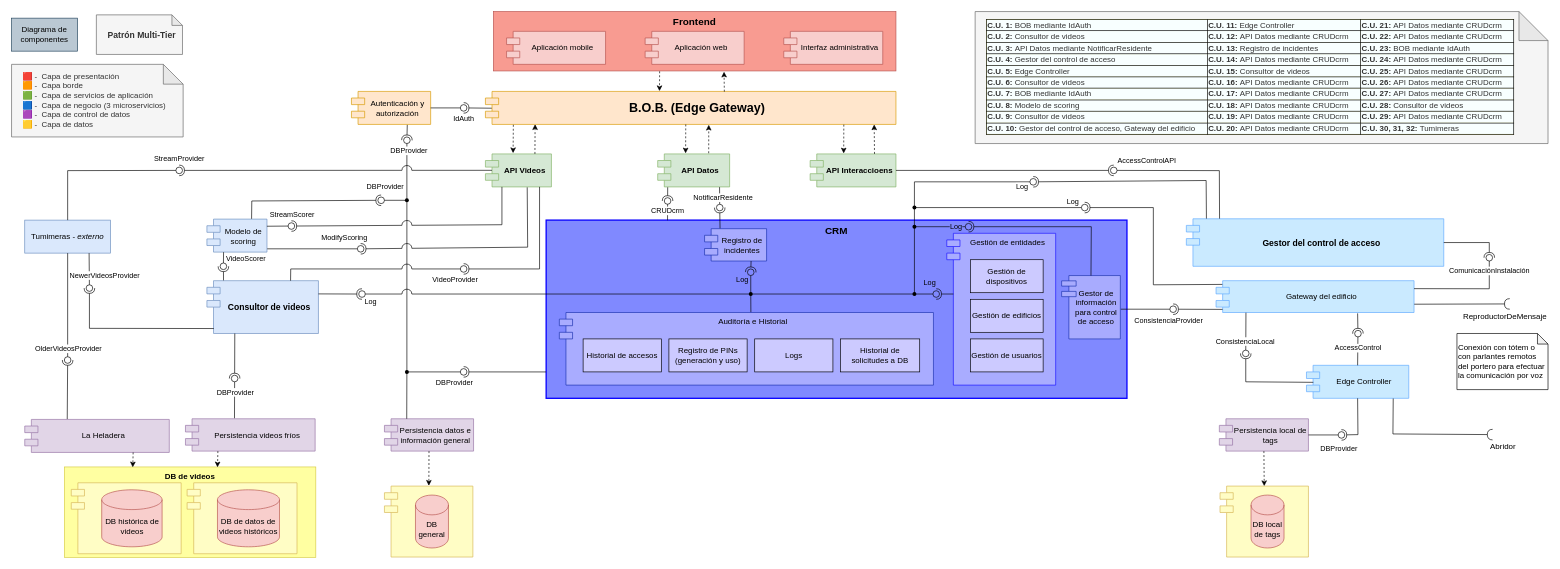
Earlier version of the draw.io diagram Documentación de la arquitectura/Diagramas/Editables-drawio/Diagrama-de-componentes.drawio (LIMoreno04/Caso-de-estudio---WolfSys---Arquitectura). Source tidied: cells renumbered, new cells numbered last; positions are measured from the earlier drawing's top-left corner, leaving out a move shared by most shapes. Both pictures are drawn from the tidied source at 66%, with x=0, y=0 at pixel (11, 11).
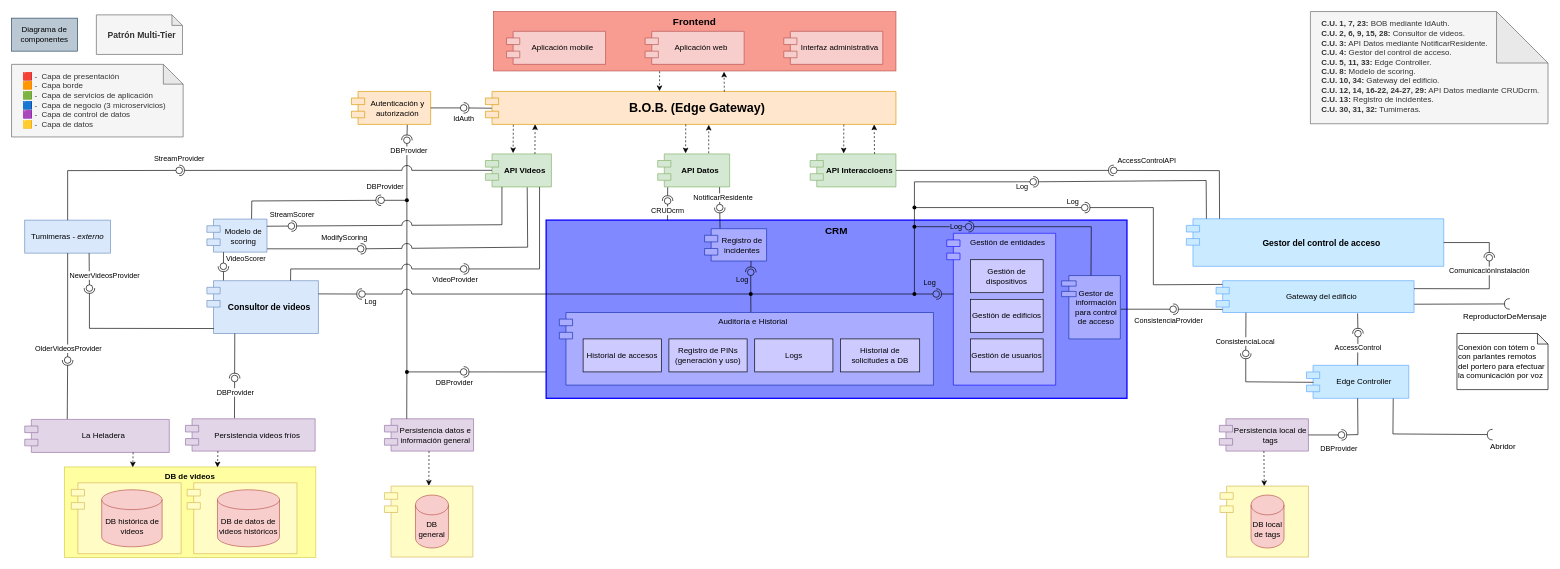
The same page after the edit.

Commit message (it also covers changes not shown here):
simplificada la tabla de c.u.s en diagrama de componentes.

What changed in the source:
```diff
@@
-    <mxCell id="114" value="&lt;table style=&quot;border: 1px solid rgb(0, 0, 0); border-collapse: collapse; background-color: rgb(255, 255, 153);&quot; border=&quot;1&quot;&gt;&lt;tbody&gt;&lt;tr&gt;&lt;td style=&quot;border-collapse: collapse; border-color: rgb(0, 0, 0); background-color: light-dark(rgb(248, 255, 255), rgb(31, 31, 0));&quot; border=&quot;1&quot;&gt;&lt;span style=&quot;&quot;&gt;&lt;b style=&quot;&quot;&gt;C.U. 1&lt;span style=&quot;&quot;&gt;:&lt;/span&gt;&lt;/b&gt;&lt;span style=&quot;&quot;&gt;&amp;nbsp;BOB mediante IdAuth&lt;/span&gt;&lt;/span&gt;&lt;/td&gt;&lt;td style=&quot;background-color: light-dark(rgb(248, 255, 255), rgb(31, 31, 0));&quot;&gt;&lt;span style=&quot;&quot;&gt;&lt;b style=&quot;&quot;&gt;C.U. 11:&lt;/b&gt;&lt;span&gt;&amp;nbsp;Edge Controller&lt;/span&gt;&lt;/span&gt;&lt;/td&gt;&lt;td style=&quot;background-color: light-dark(rgb(248, 255, 255), rgb(31, 31, 0));&quot;&gt;&lt;span style=&quot;&quot;&gt;&lt;span&gt;&lt;b style=&quot;&quot;&gt;C.U&lt;span style=&quot;&quot;&gt;. 21:&amp;nbsp;&lt;/span&gt;&lt;/b&gt;&lt;span&gt;API Datos mediante CRUDc&lt;/span&gt;&lt;span style=&quot;&quot;&gt;r&lt;/span&gt;m&amp;nbsp; &lt;/span&gt;&amp;nbsp; &amp;nbsp;&lt;/span&gt;&lt;/td&gt;&lt;/tr&gt;&lt;tr&gt;&lt;td style=&quot;background-color: light-dark(rgb(248, 255, 255), rgb(31, 31, 0));&quot;&gt;&lt;span style=&quot;&quot;&gt;&lt;b&gt;C.U. 2:&lt;/b&gt;&amp;nbsp;Consultor de videos&lt;/span&gt;&lt;/td&gt;&lt;td style=&quot;background-color: light-dark(rgb(248, 255, 255), rgb(31, 31, 0));&quot;&gt;&lt;span style=&quot;&quot;&gt;&lt;b&gt;C.U. 12:&lt;/b&gt;&lt;span&gt;&amp;nbsp;&lt;/span&gt;&lt;span&gt;API Datos mediante CRUDcrm&amp;nbsp; &amp;nbsp; &amp;nbsp;&lt;/span&gt;&lt;/span&gt;&lt;/td&gt;&lt;td style=&quot;background-color: light-dark(rgb(248, 255, 255), rgb(31, 31, 0));&quot;&gt;&lt;span style=&quot;&quot;&gt;&lt;b style=&quot;&quot;&gt;C.U. 22:&lt;/b&gt;&amp;nbsp;&lt;span&gt;API Datos mediante CRUDcrm&lt;/span&gt;&lt;/span&gt;&lt;/td&gt;&lt;/tr&gt;&lt;tr&gt;&lt;td style=&quot;background-color: light-dark(rgb(248, 255, 255), rgb(31, 31, 0));&quot;&gt;&lt;span style=&quot;&quot;&gt;&lt;b&gt;C.U. 3:&lt;/b&gt;&amp;nbsp;API Datos mediante &lt;span&gt;NotificarResidente&lt;/span&gt;&lt;/span&gt;&lt;/td&gt;&lt;td style=&quot;background-color: light-dark(rgb(248, 255, 255), rgb(31, 31, 0));&quot;&gt;&lt;span style=&quot;&quot;&gt;&lt;b&gt;C.U. 13:&lt;/b&gt;&lt;span&gt;&amp;nbsp;Registro de incidentes&lt;/span&gt;&lt;/span&gt;&lt;/td&gt;&lt;td style=&quot;background-color: light-dark(rgb(248, 255, 255), rgb(31, 31, 0));&quot;&gt;&lt;span style=&quot;&quot;&gt;&lt;b style=&quot;&quot;&gt;C.U. 23:&lt;/b&gt;&amp;nbsp;&lt;span&gt;BOB mediante IdAuth&lt;/span&gt;&lt;/span&gt;&lt;/td&gt;&lt;/tr&gt;&lt;tr&gt;&lt;td style=&quot;background-color: light-dark(rgb(248, 255, 255), rgb(31, 31, 0));&quot;&gt;&lt;span style=&quot;&quot;&gt;&lt;b&gt;C.U. 4:&lt;/b&gt;&amp;nbsp;Gestor del control de acceso&lt;/span&gt;&lt;/td&gt;&lt;td style=&quot;border-collapse: collapse; background-color: light-dark(rgb(248, 255, 255), rgb(31, 31, 0));&quot; border=&quot;1&quot;&gt;&lt;span style=&quot;&quot;&gt;&lt;b&gt;C.U. 14:&lt;/b&gt;&lt;span&gt;&amp;nbsp;API Datos mediante CRUDcrm&lt;/span&gt;&lt;/span&gt;&lt;/td&gt;&lt;td style=&quot;background-color: light-dark(rgb(248, 255, 255), rgb(31, 31, 0));&quot;&gt;&lt;span style=&quot;&quot;&gt;&lt;b style=&quot;&quot;&gt;C.U. 24:&lt;/b&gt;&amp;nbsp;&lt;span&gt;API Datos mediante CRUDcrm&lt;/span&gt;&lt;/span&gt;&lt;/td&gt;&lt;/tr&gt;&lt;tr&gt;&lt;td style=&quot;background-color: light-dark(rgb(248, 255, 255), rgb(31, 31, 0));&quot;&gt;&lt;span style=&quot;&quot;&gt;&lt;b&gt;C.U. 5:&lt;/b&gt;&amp;nbsp;Edge Controller&lt;/span&gt;&lt;/td&gt;&lt;td style=&quot;background-color: light-dark(rgb(248, 255, 255), rgb(31, 31, 0));&quot;&gt;&lt;span style=&quot;&quot;&gt;&lt;b&gt;C.U. 15:&lt;/b&gt;&lt;span&gt;&amp;nbsp;Consultor de videos&lt;/span&gt;&lt;/span&gt;&lt;/td&gt;&lt;td style=&quot;background-color: light-dark(rgb(248, 255, 255), rgb(31, 31, 0));&quot;&gt;&lt;span style=&quot;&quot;&gt;&lt;b style=&quot;&quot;&gt;C.U. 25:&lt;/b&gt;&amp;nbsp;&lt;span&gt;API Datos mediante CRUDcrm&lt;/span&gt;&lt;/span&gt;&lt;/td&gt;&lt;/tr&gt;&lt;tr&gt;&lt;td style=&quot;background-color: light-dark(rgb(248, 255, 255), rgb(31, 31, 0));&quot;&gt;&lt;span style=&quot;&quot;&gt;&lt;b&gt;C.U. 6:&lt;/b&gt;&amp;nbsp;Consultor de videos&lt;/span&gt;&lt;/td&gt;&lt;td style=&quot;background-color: light-dark(rgb(248, 255, 255), rgb(31, 31, 0));&quot;&gt;&lt;span style=&quot;&quot;&gt;&lt;b&gt;C.U. 16:&lt;/b&gt;&lt;span&gt;&amp;nbsp;API Datos mediante CRUDcrm&lt;/span&gt;&lt;/span&gt;&lt;/td&gt;&lt;td style=&quot;background-color: light-dark(rgb(248, 255, 255), rgb(31, 31, 0));&quot;&gt;&lt;span style=&quot;&quot;&gt;&lt;b style=&quot;&quot;&gt;C.U. 26:&lt;/b&gt;&amp;nbsp;&lt;span&gt;API Datos mediante CRUDcrm&lt;/span&gt;&lt;/span&gt;&lt;/td&gt;&lt;/tr&gt;&lt;tr&gt;&lt;td style=&quot;background-color: light-dark(rgb(248, 255, 255), rgb(31, 31, 0));&quot;&gt;&lt;span style=&quot;&quot;&gt;&lt;b&gt;C.U. 7:&lt;/b&gt;&amp;nbsp;&lt;span&gt;BOB mediante IdAuth&lt;/span&gt;&lt;/span&gt;&lt;/td&gt;&lt;td style=&quot;background-color: light-dark(rgb(248, 255, 255), rgb(31, 31, 0));&quot;&gt;&lt;span style=&quot;&quot;&gt;&lt;b&gt;C.U. 17:&lt;/b&gt;&lt;span&gt;&amp;nbsp;API Datos mediante CRUDcrm&lt;/span&gt;&lt;/span&gt;&lt;/td&gt;&lt;td style=&quot;background-color: light-dark(rgb(248, 255, 255), rgb(31, 31, 0));&quot;&gt;&lt;span style=&quot;&quot;&gt;&lt;b style=&quot;&quot;&gt;C.U. 27:&lt;/b&gt;&amp;nbsp;&lt;span&gt;API Datos mediante CRUDcrm&lt;/span&gt;&lt;/span&gt;&lt;/td&gt;&lt;/tr&gt;&lt;tr&gt;&lt;td style=&quot;background-color: light-dark(rgb(248, 255, 255), rgb(31, 31, 0));&quot;&gt;&lt;span style=&quot;&quot;&gt;&lt;b&gt;C.U. 8:&lt;/b&gt;&amp;nbsp;Modelo de scoring&lt;/span&gt;&lt;/td&gt;&lt;td style=&quot;background-color: light-dark(rgb(248, 255, 255), rgb(31, 31, 0));&quot;&gt;&lt;span style=&quot;&quot;&gt;&lt;b&gt;C.U. 18:&lt;/b&gt;&lt;span&gt;&amp;nbsp;&lt;/span&gt;&lt;span&gt;API Datos mediante CRUDcrm&lt;/span&gt;&lt;/span&gt;&lt;/td&gt;&lt;td style=&quot;background-color: light-dark(rgb(248, 255, 255), rgb(31, 31, 0));&quot;&gt;&lt;span style=&quot;&quot;&gt;&lt;b style=&quot;&quot;&gt;C.U. 28:&lt;/b&gt;&amp;nbsp;Consultor de videos&lt;/span&gt;&lt;/td&gt;&lt;/tr&gt;&lt;tr&gt;&lt;td style=&quot;background-color: light-dark(rgb(248, 255, 255), rgb(31, 31, 0));&quot;&gt;&lt;span style=&quot;&quot;&gt;&lt;b&gt;C.U. 9:&lt;/b&gt;&amp;nbsp;Consultor de videos&lt;/span&gt;&lt;/td&gt;&lt;td style=&quot;background-color: light-dark(rgb(248, 255, 255), rgb(31, 31, 0));&quot;&gt;&lt;span style=&quot;&quot;&gt;&lt;b&gt;C.U. 19:&lt;/b&gt;&lt;span&gt;&amp;nbsp;&lt;/span&gt;&lt;span&gt;API Datos mediante CRUDcrm&lt;/span&gt;&lt;/span&gt;&lt;/td&gt;&lt;td style=&quot;background-color: light-dark(rgb(248, 255, 255), rgb(31, 31, 0));&quot;&gt;&lt;span style=&quot;&quot;&gt;&lt;b style=&quot;&quot;&gt;C.U. 29:&lt;/b&gt;&amp;nbsp;&lt;span&gt;API Datos mediante CRUDcrm&lt;/span&gt;&lt;/span&gt;&lt;/td&gt;&lt;/tr&gt;&lt;tr&gt;&lt;td style=&quot;background-color: light-dark(rgb(248, 255, 255), rgb(31, 31, 0));&quot;&gt;&lt;span style=&quot;&quot;&gt;&lt;b&gt;C.U. 10:&lt;/b&gt;&amp;nbsp;Gestor del control de acceso, Gateway del edificio&amp;nbsp; &amp;nbsp; &amp;nbsp;&lt;/span&gt;&lt;/td&gt;&lt;td style=&quot;background-color: light-dark(rgb(248, 255, 255), rgb(31, 31, 0));&quot;&gt;&lt;span style=&quot;&quot;&gt;&lt;b&gt;C.U. 20:&lt;/b&gt;&lt;span&gt;&amp;nbsp;&lt;/span&gt;&lt;span&gt;API Datos mediante CRUDcrm&lt;/span&gt;&lt;/span&gt;&lt;/td&gt;&lt;td style=&quot;background-color: light-dark(rgb(248, 255, 255), rgb(31, 31, 0));&quot;&gt;&lt;span style=&quot;&quot;&gt;&lt;b style=&quot;&quot;&gt;C.U. 30, 31, 32:&lt;/b&gt;&amp;nbsp;Tumimeras&lt;/span&gt;&lt;/td&gt;&lt;/tr&gt;&lt;/tbody&gt;&lt;/table&gt;" style="shape=note;whiteSpace=wrap;html=1;backgroundOutline=1;darkOpacity=0.05;align=left;verticalAlign=top;spacing=7;spacingLeft=10;fillColor=#f5f5f5;fontColor=#333333;strokeColor=#666666;size=44;" parent="1" vertex="1">
-      <mxGeometry x="1460" width="868" height="200" as="geometry" />
+    <mxCell id="114" value="&lt;div&gt;&lt;b&gt;C.U. 1, 7, 23:&lt;/b&gt; BOB mediante IdAuth.&lt;/div&gt;&lt;div&gt;&lt;b&gt;C.U. 2, 6, 9, 15, 28:&lt;/b&gt; Consultor de videos.&lt;/div&gt;&lt;div&gt;&lt;b&gt;C.U. 3:&lt;/b&gt; API Datos mediante NotificarResidente.&lt;/div&gt;&lt;div&gt;&lt;b&gt;C.U. 4:&lt;/b&gt; Gestor del control de acceso.&lt;/div&gt;&lt;div&gt;&lt;b&gt;C.U. 5, 11, 33:&lt;/b&gt; Edge Controller.&lt;/div&gt;&lt;div&gt;&lt;b&gt;C.U. 8:&lt;/b&gt; Modelo de scoring.&lt;/div&gt;&lt;div&gt;&lt;b&gt;C.U. 10, 34:&lt;/b&gt; Gateway del edificio.&lt;/div&gt;&lt;div&gt;&lt;b&gt;C.U. 12, 14, 16-22, 24-27, 29:&lt;/b&gt; API Datos mediante CRUDcrm.&lt;/div&gt;&lt;div&gt;&lt;b&gt;C.U. 13:&lt;/b&gt; Registro de incidentes.&lt;/div&gt;&lt;div&gt;&lt;b&gt;C.U. 30, 31, 32:&lt;/b&gt; Tumimeras.&lt;/div&gt;" style="shape=note;whiteSpace=wrap;html=1;backgroundOutline=1;darkOpacity=0.05;align=left;verticalAlign=top;spacing=7;spacingLeft=10;fillColor=#f5f5f5;fontColor=#333333;strokeColor=#666666;size=78;" parent="1" vertex="1">
+      <mxGeometry x="1968" width="360" height="170" as="geometry" />
     </mxCell>
```
